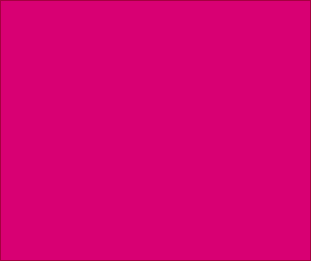
Before: syntheisia_block_1.png, a diagram exported from draw.io (wereign/Synthesia). Source tidied: cells renumbered, new cells last; positions are measured from the earlier drawing's top-left corner, leaving out a move shared by most shapes. The source it was exported from:
```xml
<mxGraphModel>
  <root>
    <mxCell id="0" />
    <mxCell id="1" parent="0" />
    <mxCell id="2" style="rounded=0;whiteSpace=wrap;html=1;fillColor=#d80073;fontColor=#ffffff;strokeColor=#A50040;" parent="1" vertex="1">
      <mxGeometry width="310" height="260" as="geometry" />
    </mxCell>
  </root>
</mxGraphModel>
```
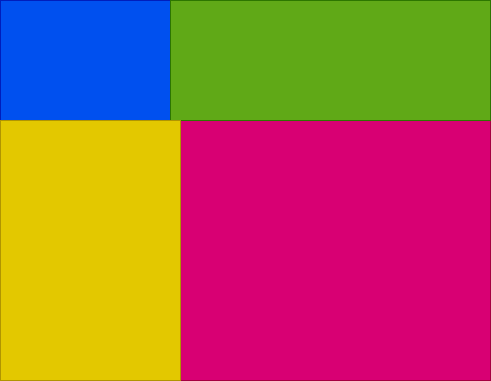
Above is the later version.

What changed in the source:
```diff
@@ -5,5 +5,14 @@
     <mxCell id="2" style="rounded=0;whiteSpace=wrap;html=1;fillColor=#d80073;fontColor=#ffffff;strokeColor=#A50040;" parent="1" vertex="1">
       <mxGeometry width="310" height="260" as="geometry" />
     </mxCell>
+    <mxCell id="3" style="rounded=0;whiteSpace=wrap;html=1;fillColor=#0050ef;fontColor=#ffffff;strokeColor=#001DBC;" parent="1" vertex="1">
+      <mxGeometry x="-180" y="-120" width="180" height="120" as="geometry" />
+    </mxCell>
+    <mxCell id="4" style="rounded=0;whiteSpace=wrap;html=1;fillColor=#60a917;fontColor=#ffffff;strokeColor=#2D7600;" parent="1" vertex="1">
+      <mxGeometry x="-10" y="-120" width="320" height="120" as="geometry" />
+    </mxCell>
+    <mxCell id="5" style="rounded=0;whiteSpace=wrap;html=1;fillColor=#e3c800;fontColor=#000000;strokeColor=#B09500;" parent="1" vertex="1">
+      <mxGeometry x="-180" width="180" height="260" as="geometry" />
+    </mxCell>
   </root>
 </mxGraphModel>
```
